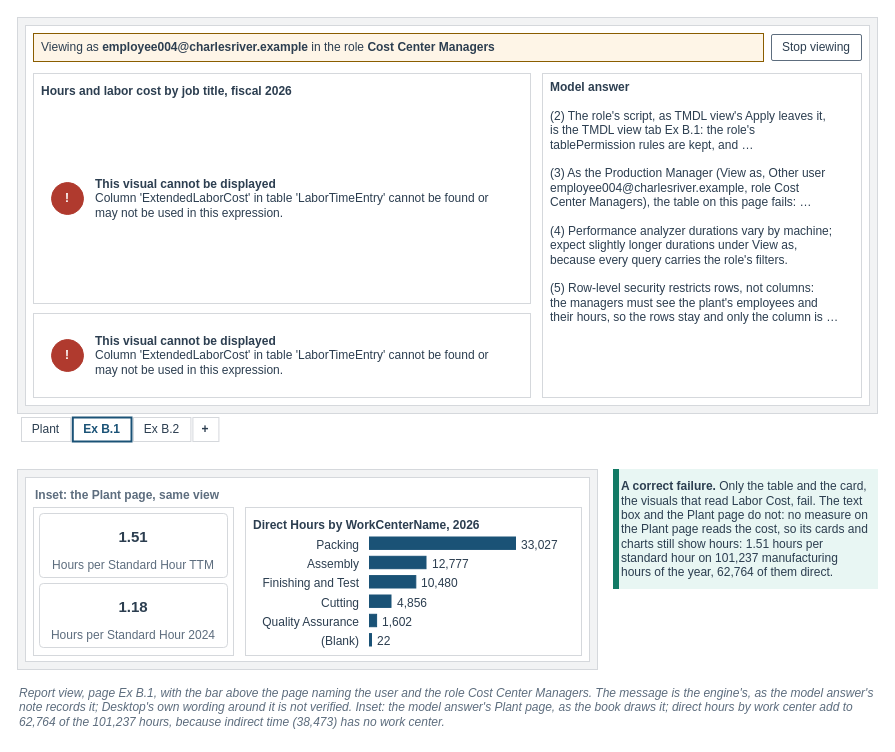
This is facts/instructor/figures/appendix-b-publishing-security/IF-AB-1-B.drawio from mmcodesso/Accounting_Analytics_Book, a draw.io file, before an edit. Source tidied: cells renumbered, new cells numbered last; positions are measured from the earlier drawing's top-left corner, leaving out a move shared by most shapes. Both pictures are drawn from the tidied source at 100%, with x=0, y=0 at pixel (17, 17).
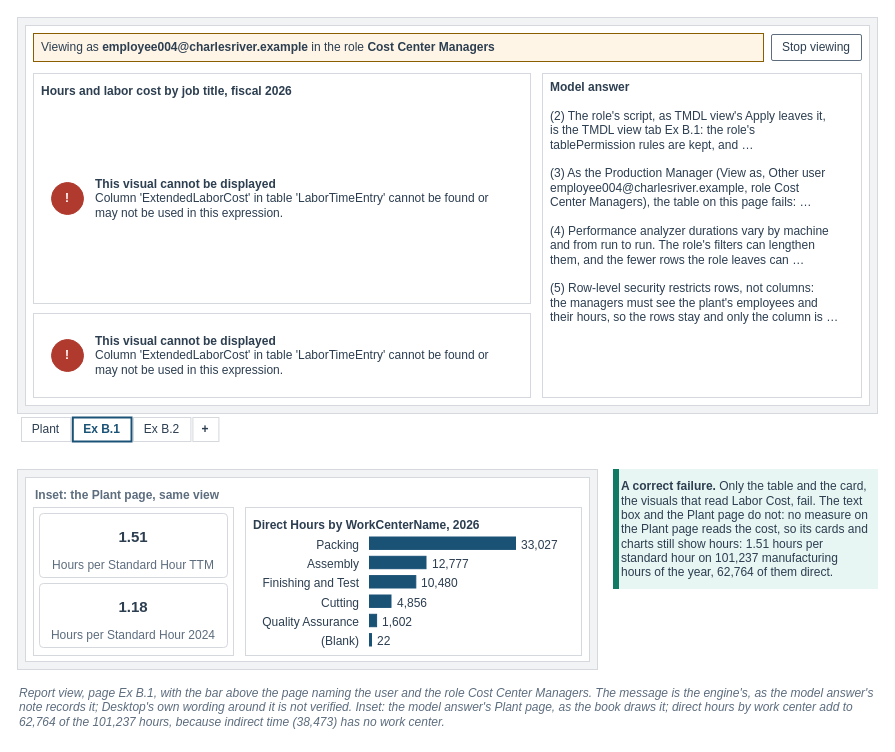
Above is the later version.

Change to the diagram source:
```diff
@@
-    <mxCell id="14" value="&lt;b&gt;Model answer&lt;/b&gt;&lt;br&gt;&lt;br&gt;(2) The role's script, as TMDL view's Apply leaves it,&lt;br&gt;is the TMDL view tab Ex B.1: the role's&lt;br&gt;tablePermission rules are kept, and …&lt;br&gt;&lt;br&gt;(3) As the Production Manager (View as, Other user&lt;br&gt;employee004@charlesriver.example, role Cost&lt;br&gt;Center Managers), the table on this page fails: …&lt;br&gt;&lt;br&gt;(4) Performance analyzer durations vary by machine;&lt;br&gt;expect slightly longer durations under View as,&lt;br&gt;because every query carries the role's filters.&lt;br&gt;&lt;br&gt;(5) Row-level security restricts rows, not columns:&lt;br&gt;the managers must see the plant's employees and&lt;br&gt;their hours, so the rows stay and only the column is …" style="rounded=0;arcSize=6;whiteSpace=wrap;html=1;fillColor=#FFFFFF;strokeColor=#D5D8DC;strokeWidth=1;fontColor=#2C3E50;fontSize=12;fontStyle=0;align=left;verticalAlign=top;fontFamily=Helvetica;spacingLeft=6;spacingRight=6;" parent="1" vertex="1">
+    <mxCell id="14" value="&lt;b&gt;Model answer&lt;/b&gt;&lt;br&gt;&lt;br&gt;(2) The role's script, as TMDL view's Apply leaves it,&lt;br&gt;is the TMDL view tab Ex B.1: the role's&lt;br&gt;tablePermission rules are kept, and …&lt;br&gt;&lt;br&gt;(3) As the Production Manager (View as, Other user&lt;br&gt;employee004@charlesriver.example, role Cost&lt;br&gt;Center Managers), the table on this page fails: …&lt;br&gt;&lt;br&gt;(4) Performance analyzer durations vary by machine&lt;br&gt;and from run to run. The role's filters can lengthen&lt;br&gt;them, and the fewer rows the role leaves can …&lt;br&gt;&lt;br&gt;(5) Row-level security restricts rows, not columns:&lt;br&gt;the managers must see the plant's employees and&lt;br&gt;their hours, so the rows stay and only the column is …" style="rounded=0;arcSize=6;whiteSpace=wrap;html=1;fillColor=#FFFFFF;strokeColor=#D5D8DC;strokeWidth=1;fontColor=#2C3E50;fontSize=12;fontStyle=0;align=left;verticalAlign=top;fontFamily=Helvetica;spacingLeft=6;spacingRight=6;" parent="1" vertex="1">
       <mxGeometry x="525" y="56" width="319" height="324" as="geometry" />
     </mxCell>
```
